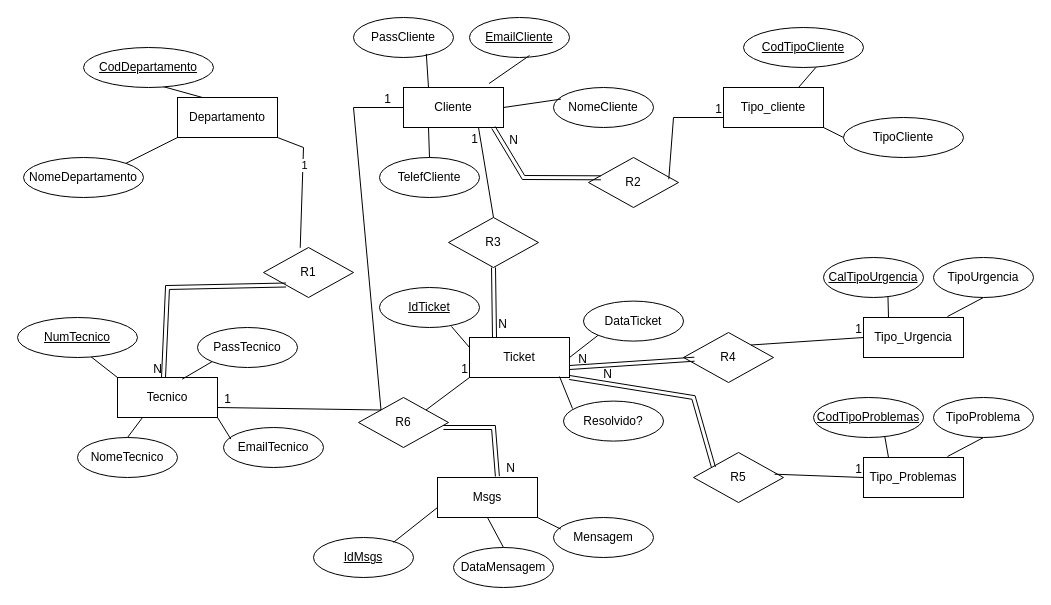
RubenA2109/diagramas keeps this draw.io diagram as sistematicket.drawio. Above is the earlier version. Source tidied: cells renumbered, new cells numbered last; positions are measured from the earlier drawing's top-left corner, leaving out a move shared by most shapes. Both pictures are drawn from the tidied source at 100%, with x=0, y=0 at pixel (17, 17).
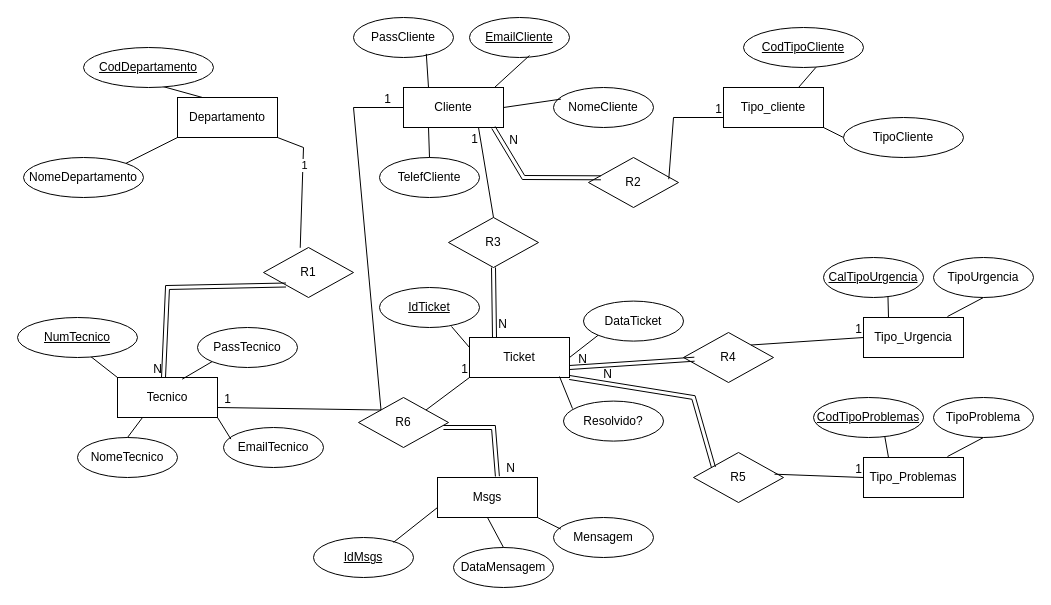
The same diagram, later.

The change refers to these unchanged cells:
```xml
<mxCell id="3" value="Cliente" style="whiteSpace=wrap;html=1;align=center;" parent="1" vertex="1">
  <mxGeometry x="386" y="70" width="100" height="40" as="geometry" />
</mxCell>
<mxCell id="14" value="EmailCliente" style="ellipse;whiteSpace=wrap;html=1;align=center;fontStyle=4;" parent="1" vertex="1">
  <mxGeometry x="452" width="100" height="40" as="geometry" />
</mxCell>
```

Diff of the diagram source:
```diff
@@
-    <mxCell id="15" style="endArrow=none;html=1;rounded=0;exitX=0.856;exitY=-0.1;exitDx=0;exitDy=0;entryX=0.6;entryY=0.95;entryDx=0;entryDy=0;entryPerimeter=0;exitPerimeter=0;" parent="1" edge="1" source="3" target="14">
+    <mxCell id="15" style="endArrow=none;html=1;rounded=0;exitX=0.91;exitY=0;exitDx=0;exitDy=0;entryX=0.6;entryY=0.95;entryDx=0;entryDy=0;entryPerimeter=0;exitPerimeter=0;" parent="1" edge="1" source="3" target="14">
       <mxGeometry relative="1" as="geometry" />
     </mxCell>
```
